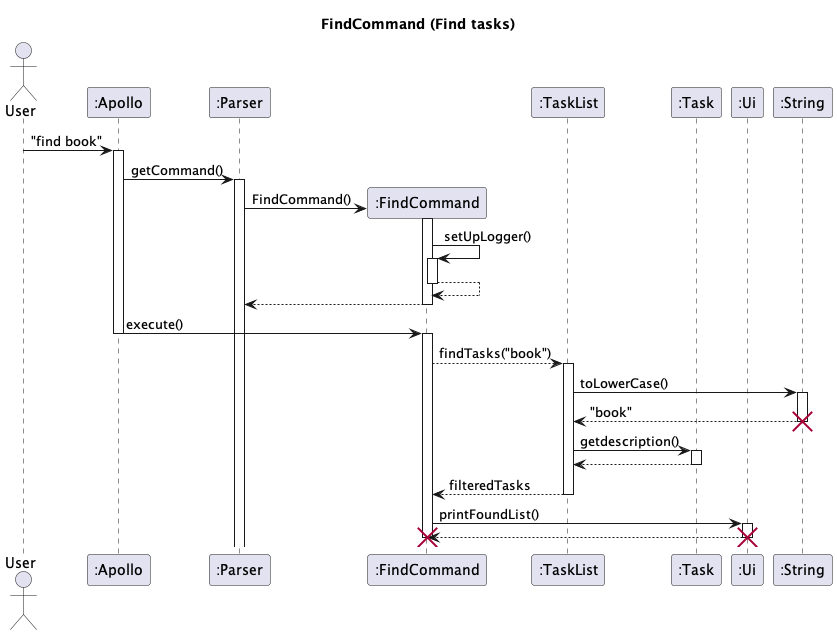
Before: docs/uml-diagrams/FindCommand-FindCommand__Find_tasks_.png, a diagram exported from PlantUML (nus-cs2113-AY2223S2/tp).
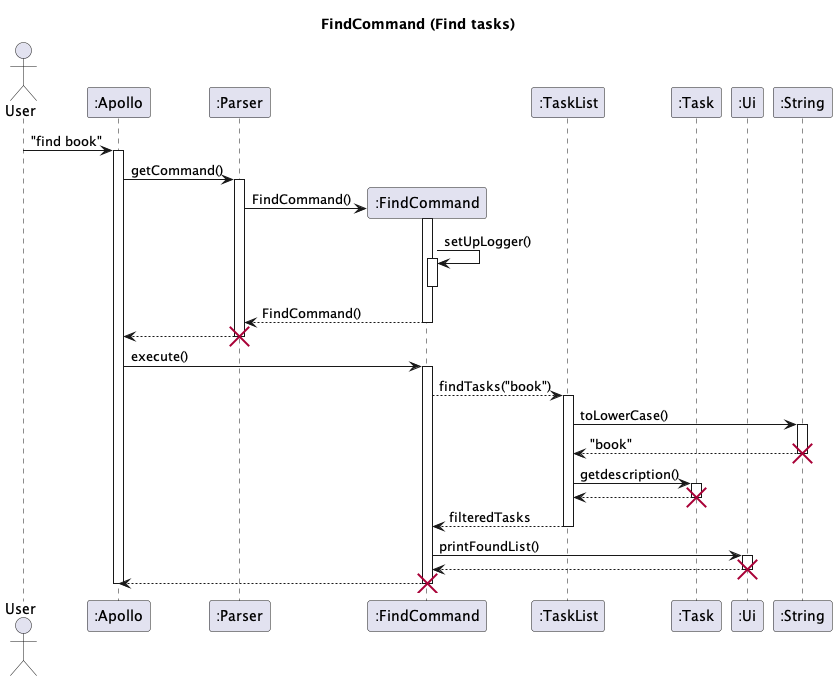
After the change.

Change to the diagram source:
```diff
@@ -1,4 +1,5 @@
 @startuml
+skinparam maxMessageSize 150
 title FindCommand (Find tasks)
 
 actor User
@@ -15,15 +16,21 @@
 Apollo -> Parser : getCommand()
 activate Parser
 Parser -> Find** : FindCommand()
-Find++
-Find -> Find++ : setUpLogger()
+activate Find
+Find -> Find : setUpLogger()
+activate Find
+deactivate Find
 
 
-return
-return
+Find --> Parser : FindCommand()
+deactivate Find
+
+
+Parser --> Apollo
+deactivate Parser
+destroy Parser
 
 Apollo -> Find : execute()
-Apollo --
 activate Find
 Find --> TaskList : findTasks("book")
 activate TaskList
@@ -36,6 +43,7 @@
 activate Task
 Task --> TaskList
 deactivate Task
+destroy Task
 TaskList --> Find: filteredTasks
 deactivate TaskList
 Find -> Ui : printFoundList()
@@ -43,8 +51,10 @@
 Ui --> Find
 deactivate Ui
 destroy Ui
+Find --> Apollo
+deactivate Find
 destroy Find
-
+deactivate Apollo
 
 
 
```
